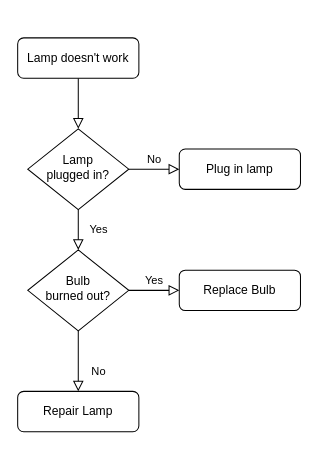
Above: Untitled Diagram.drawio in HengfeiMa95/paper-reading (draw.io), before the change. Source tidied: cells renumbered, new cells numbered last; positions are measured from the earlier drawing's top-left corner, leaving out a move shared by most shapes. Both pictures are drawn from the tidied source at 101%, with x=0, y=0 at pixel (17, 37).
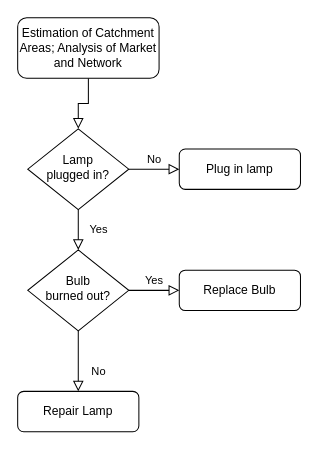
After the change.

The edit, as a diff of the source:
```diff
@@
 <mxGraphModel>
   <root>
     <mxCell id="0" />
     <mxCell id="1" parent="0" />
     <mxCell id="2" style="rounded=0;html=1;jettySize=auto;fontSize=11;endArrow=block;endFill=0;endSize=8;strokeWidth=1;shadow=0;labelBackgroundColor=none;edgeStyle=orthogonalEdgeStyle;" parent="1" edge="1" source="3" target="6">
       <mxGeometry relative="1" as="geometry" />
     </mxCell>
-    <mxCell id="3" value="Lamp doesn't work" style="rounded=1;whiteSpace=wrap;html=1;fontSize=12;glass=0;strokeWidth=1;shadow=0;" parent="1" vertex="1">
-      <mxGeometry width="120" height="40" as="geometry" />
+    <mxCell id="3" value="Estimation of Catchment Areas; Analysis of Market and Network" style="rounded=1;whiteSpace=wrap;html=1;fontSize=12;glass=0;strokeWidth=1;shadow=0;" parent="1" vertex="1">
+      <mxGeometry y="-20" width="140" height="60" as="geometry" />
     </mxCell>
     <mxCell id="4" value="Yes" style="rounded=0;html=1;jettySize=auto;fontSize=11;endArrow=block;endFill=0;endSize=8;strokeWidth=1;shadow=0;labelBackgroundColor=none;edgeStyle=orthogonalEdgeStyle;" parent="1" edge="1" source="6" target="10">
       <mxGeometry y="20" relative="1" as="geometry" />
     </mxCell>
     <mxCell id="5" value="No" style="edgeStyle=orthogonalEdgeStyle;rounded=0;html=1;jettySize=auto;fontSize=11;endArrow=block;endFill=0;endSize=8;strokeWidth=1;shadow=0;labelBackgroundColor=none;" parent="1" edge="1" source="6" target="7">
       <mxGeometry y="10" relative="1" as="geometry" />
     </mxCell>
     <mxCell id="6" value="Lamp&lt;br&gt;plugged in?" style="rhombus;whiteSpace=wrap;html=1;shadow=0;fontFamily=Helvetica;fontSize=12;align=center;strokeWidth=1;spacing=6;spacingTop=-4;" parent="1" vertex="1">
       <mxGeometry x="10" y="90" width="100" height="80" as="geometry" />
     </mxCell>
     <mxCell id="7" value="Plug in lamp" style="rounded=1;whiteSpace=wrap;html=1;fontSize=12;glass=0;strokeWidth=1;shadow=0;" parent="1" vertex="1">
       <mxGeometry x="160" y="110" width="120" height="40" as="geometry" />
     </mxCell>
     <mxCell id="8" value="No" style="rounded=0;html=1;jettySize=auto;fontSize=11;endArrow=block;endFill=0;endSize=8;strokeWidth=1;shadow=0;labelBackgroundColor=none;edgeStyle=orthogonalEdgeStyle;" parent="1" edge="1" source="10" target="11">
       <mxGeometry x="0.33" y="20" relative="1" as="geometry" />
     </mxCell>
     <mxCell id="9" value="Yes" style="edgeStyle=orthogonalEdgeStyle;rounded=0;html=1;jettySize=auto;fontSize=11;endArrow=block;endFill=0;endSize=8;strokeWidth=1;shadow=0;labelBackgroundColor=none;" parent="1" edge="1" source="10" target="12">
       <mxGeometry y="10" relative="1" as="geometry" />
     </mxCell>
     <mxCell id="10" value="Bulb&lt;br&gt;burned out?" style="rhombus;whiteSpace=wrap;html=1;shadow=0;fontFamily=Helvetica;fontSize=12;align=center;strokeWidth=1;spacing=6;spacingTop=-4;" parent="1" vertex="1">
       <mxGeometry x="10" y="210" width="100" height="80" as="geometry" />
     </mxCell>
     <mxCell id="11" value="Repair Lamp" style="rounded=1;whiteSpace=wrap;html=1;fontSize=12;glass=0;strokeWidth=1;shadow=0;" parent="1" vertex="1">
       <mxGeometry y="350" width="120" height="40" as="geometry" />
     </mxCell>
     <mxCell id="12" value="Replace Bulb" style="rounded=1;whiteSpace=wrap;html=1;fontSize=12;glass=0;strokeWidth=1;shadow=0;" parent="1" vertex="1">
       <mxGeometry x="160" y="230" width="120" height="40" as="geometry" />
     </mxCell>
   </root>
 </mxGraphModel>
```
